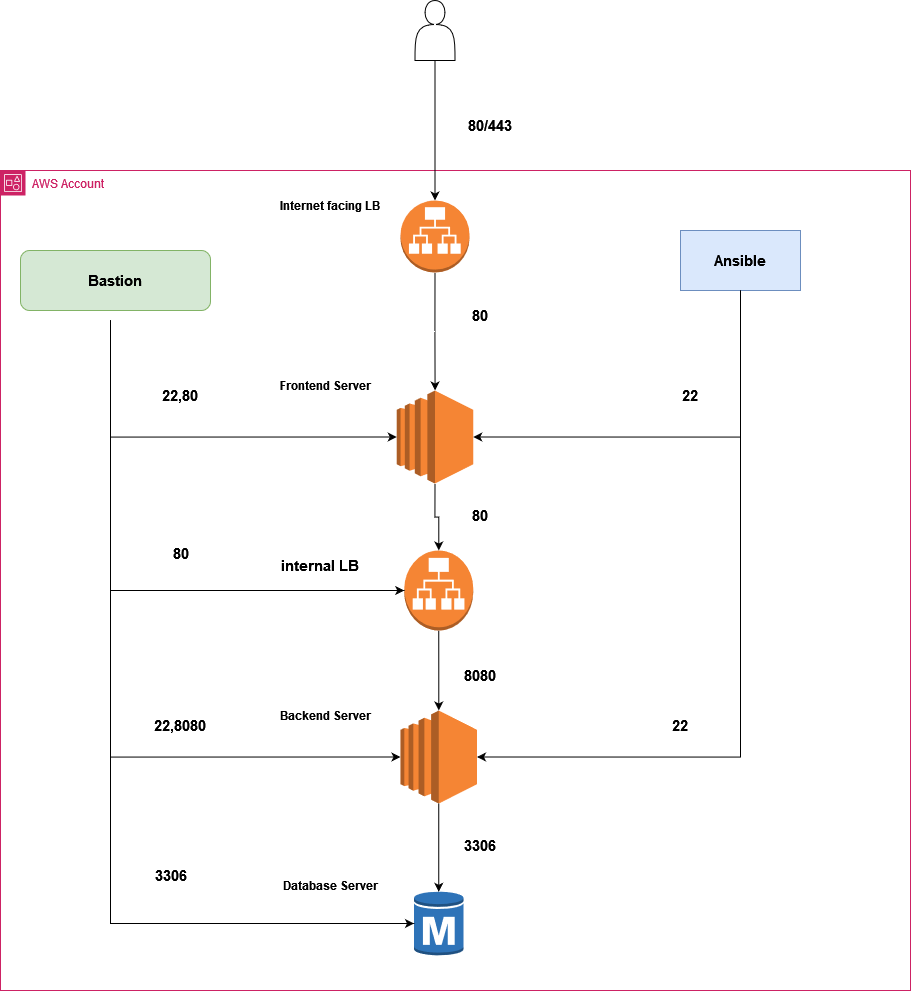
This is 20-sg/expense-sg-rules.png from divyavut/expense-infra-dev, a draw.io export, as it was before one commit. Source tidied: cells renumbered, new cells last; positions are measured from the earlier drawing's top-left corner, leaving out a move shared by most shapes.
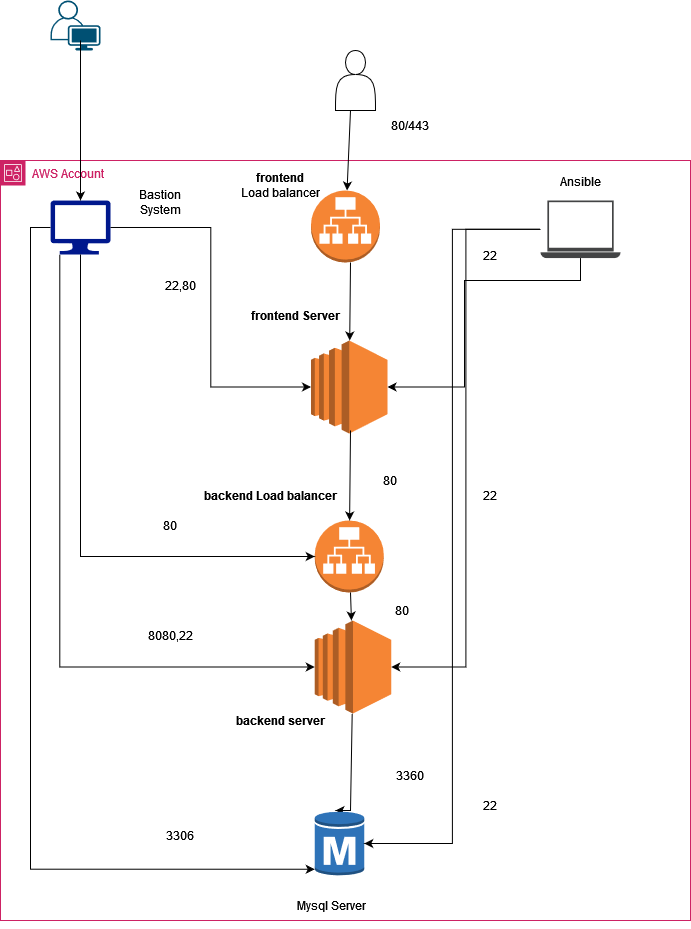
After the commit.

The edit, as a diff of the source:
```diff
@@ -3,132 +3,154 @@
     <mxCell id="0" />
     <mxCell id="1" parent="0" />
     <mxCell id="2" value="AWS Account" style="points=[[0,0],[0.25,0],[0.5,0],[0.75,0],[1,0],[1,0.25],[1,0.5],[1,0.75],[1,1],[0.75,1],[0.5,1],[0.25,1],[0,1],[0,0.75],[0,0.5],[0,0.25]];outlineConnect=0;gradientColor=none;html=1;whiteSpace=wrap;fontSize=12;fontStyle=0;shape=mxgraph.aws4.group;grIcon=mxgraph.aws4.group_account;strokeColor=#CD2264;fillColor=none;verticalAlign=top;align=left;spacingLeft=30;fontColor=#CD2264;dashed=0;" parent="1" vertex="1">
-      <mxGeometry y="170" width="910" height="820" as="geometry" />
+      <mxGeometry x="-40" y="10" width="690" height="760" as="geometry" />
     </mxCell>
-    <mxCell id="3" style="edgeStyle=orthogonalEdgeStyle;rounded=0;jettySize=auto;html=1;exitX=0.5;exitY=1;exitDx=0;exitDy=0;exitPerimeter=0;" parent="2" edge="1" source="4" target="6">
-      <mxGeometry relative="1" as="geometry" />
-    </mxCell>
-    <mxCell id="4" style="outlineConnect=0;dashed=0;verticalLabelPosition=bottom;verticalAlign=top;align=center;html=1;shape=mxgraph.aws3.application_load_balancer;fillColor=#F58534;gradientColor=none;" parent="2" vertex="1">
-      <mxGeometry x="400" y="30" width="69" height="72" as="geometry" />
-    </mxCell>
-    <mxCell id="5" style="edgeStyle=orthogonalEdgeStyle;rounded=0;jettySize=auto;html=1;exitX=0.5;exitY=1;exitDx=0;exitDy=0;exitPerimeter=0;" parent="2" edge="1" source="6" target="11">
-      <mxGeometry relative="1" as="geometry" />
-    </mxCell>
-    <mxCell id="6" style="outlineConnect=0;dashed=0;verticalLabelPosition=bottom;verticalAlign=top;align=center;html=1;shape=mxgraph.aws3.ec2;fillColor=#F58534;gradientColor=none;" parent="2" vertex="1">
-      <mxGeometry x="396.2" y="220" width="76.5" height="93" as="geometry" />
-    </mxCell>
-    <mxCell id="7" value="&lt;font style=&quot;font-size: 15px;&quot;&gt;&lt;b&gt;80&lt;/b&gt;&lt;/font&gt;" style="text;html=1;align=center;verticalAlign=middle;whiteSpace=wrap;rounded=0;" parent="2" vertex="1">
-      <mxGeometry x="450" y="130" width="60" height="30" as="geometry" />
-    </mxCell>
-    <mxCell id="8" value="&lt;b&gt;Internet facing LB&lt;/b&gt;" style="text;html=1;align=center;verticalAlign=middle;whiteSpace=wrap;rounded=0;" parent="2" vertex="1">
-      <mxGeometry x="260" y="20" width="140" height="30" as="geometry" />
-    </mxCell>
-    <mxCell id="9" value="&lt;b&gt;Frontend Server&lt;br&gt;&lt;/b&gt;" style="text;html=1;align=center;verticalAlign=middle;whiteSpace=wrap;rounded=0;" parent="2" vertex="1">
-      <mxGeometry x="256.2" y="200" width="140" height="30" as="geometry" />
-    </mxCell>
-    <mxCell id="10" style="edgeStyle=orthogonalEdgeStyle;rounded=0;jettySize=auto;html=1;exitX=0.5;exitY=1;exitDx=0;exitDy=0;exitPerimeter=0;" parent="2" edge="1" source="11" target="13">
-      <mxGeometry relative="1" as="geometry" />
-    </mxCell>
-    <mxCell id="11" style="outlineConnect=0;dashed=0;verticalLabelPosition=bottom;verticalAlign=top;align=center;html=1;shape=mxgraph.aws3.application_load_balancer;fillColor=#F58534;gradientColor=none;" parent="2" vertex="1">
-      <mxGeometry x="403.8" y="380" width="69" height="80" as="geometry" />
-    </mxCell>
-    <mxCell id="12" value="&lt;font style=&quot;font-size: 15px;&quot;&gt;&lt;b&gt;80&lt;/b&gt;&lt;/font&gt;" style="text;html=1;align=center;verticalAlign=middle;whiteSpace=wrap;rounded=0;" parent="2" vertex="1">
-      <mxGeometry x="450" y="330" width="60" height="30" as="geometry" />
-    </mxCell>
-    <mxCell id="13" style="outlineConnect=0;dashed=0;verticalLabelPosition=bottom;verticalAlign=top;align=center;html=1;shape=mxgraph.aws3.ec2;fillColor=#F58534;gradientColor=none;" parent="2" vertex="1">
-      <mxGeometry x="400" y="540" width="76.5" height="93" as="geometry" />
-    </mxCell>
-    <mxCell id="14" value="&lt;font style=&quot;font-size: 15px;&quot;&gt;&lt;b&gt;8080&lt;/b&gt;&lt;/font&gt;" style="text;html=1;align=center;verticalAlign=middle;whiteSpace=wrap;rounded=0;" parent="2" vertex="1">
-      <mxGeometry x="450" y="490" width="60" height="30" as="geometry" />
-    </mxCell>
-    <mxCell id="15" value="&lt;font size=&quot;1&quot;&gt;&lt;b style=&quot;font-size: 15px;&quot;&gt;internal LB&lt;/b&gt;&lt;/font&gt;" style="text;html=1;align=center;verticalAlign=middle;whiteSpace=wrap;rounded=0;" parent="2" vertex="1">
-      <mxGeometry x="250" y="380" width="140" height="30" as="geometry" />
-    </mxCell>
-    <mxCell id="16" value="&lt;b&gt;Backend Server&lt;br&gt;&lt;/b&gt;" style="text;html=1;align=center;verticalAlign=middle;whiteSpace=wrap;rounded=0;" parent="2" vertex="1">
-      <mxGeometry x="256.2" y="530" width="140" height="30" as="geometry" />
-    </mxCell>
-    <mxCell id="17" style="outlineConnect=0;dashed=0;verticalLabelPosition=bottom;verticalAlign=top;align=center;html=1;shape=mxgraph.aws3.rds_db_instance;fillColor=#2E73B8;gradientColor=none;" parent="2" vertex="1">
-      <mxGeometry x="413.5" y="720" width="49.5" height="66" as="geometry" />
-    </mxCell>
-    <mxCell id="18" style="edgeStyle=orthogonalEdgeStyle;rounded=0;jettySize=auto;html=1;exitX=0.5;exitY=1;exitDx=0;exitDy=0;exitPerimeter=0;entryX=0.5;entryY=0.02;entryDx=0;entryDy=0;entryPerimeter=0;" parent="2" edge="1" source="13" target="17">
-      <mxGeometry relative="1" as="geometry" />
-    </mxCell>
-    <mxCell id="19" value="&lt;font style=&quot;font-size: 15px;&quot;&gt;&lt;b&gt;3306&lt;/b&gt;&lt;/font&gt;" style="text;html=1;align=center;verticalAlign=middle;whiteSpace=wrap;rounded=0;" parent="2" vertex="1">
-      <mxGeometry x="450" y="660" width="60" height="30" as="geometry" />
-    </mxCell>
-    <mxCell id="20" value="&lt;b&gt;Database Server&lt;/b&gt;" style="text;html=1;align=center;verticalAlign=middle;whiteSpace=wrap;rounded=0;" parent="2" vertex="1">
-      <mxGeometry x="260" y="700" width="140" height="30" as="geometry" />
-    </mxCell>
+    <mxCell id="38" style="outlineConnect=0;dashed=0;verticalLabelPosition=bottom;verticalAlign=top;align=center;html=1;shape=mxgraph.aws3.application_load_balancer;fillColor=#F58534;gradientColor=none;" parent="2" vertex="1">
+      <mxGeometry x="310.5" y="30" width="69" height="72" as="geometry" />
+    </mxCell>
+    <mxCell id="39" value="&lt;b&gt;frontend&lt;/b&gt;&lt;br&gt;Load balancer" style="text;html=1;align=center;verticalAlign=middle;whiteSpace=wrap;rounded=0;" parent="2" vertex="1">
+      <mxGeometry x="215" y="10" width="130" height="30" as="geometry" />
+    </mxCell>
+    <mxCell id="40" style="outlineConnect=0;dashed=0;verticalLabelPosition=bottom;verticalAlign=top;align=center;html=1;shape=mxgraph.aws3.ec2;fillColor=#F58534;gradientColor=none;" parent="2" vertex="1">
+      <mxGeometry x="310.5" y="180" width="76.5" height="93" as="geometry" />
+    </mxCell>
+    <mxCell id="41" value="&lt;b&gt;frontend Server&lt;/b&gt;" style="text;html=1;align=center;verticalAlign=middle;whiteSpace=wrap;rounded=0;" parent="2" vertex="1">
+      <mxGeometry x="230" y="140" width="130" height="30" as="geometry" />
+    </mxCell>
+    <mxCell id="42" style="endArrow=classic;html=1;rounded=0;" parent="2" edge="1" target="40">
+      <mxGeometry relative="1" as="geometry">
+        <mxPoint x="350" y="102" as="sourcePoint" />
+      </mxGeometry>
+    </mxCell>
+    <mxCell id="43" style="outlineConnect=0;dashed=0;verticalLabelPosition=bottom;verticalAlign=top;align=center;html=1;shape=mxgraph.aws3.application_load_balancer;fillColor=#F58534;gradientColor=none;" parent="2" vertex="1">
+      <mxGeometry x="314.2" y="360" width="69" height="72" as="geometry" />
+    </mxCell>
+    <mxCell id="44" style="endArrow=classic;html=1;rounded=0;" parent="2" edge="1" target="43">
+      <mxGeometry relative="1" as="geometry">
+        <mxPoint x="350" y="270" as="sourcePoint" />
+      </mxGeometry>
+    </mxCell>
+    <mxCell id="45" value="&lt;b&gt;backend Load balancer&lt;/b&gt;" style="text;html=1;align=center;verticalAlign=middle;whiteSpace=wrap;rounded=0;" parent="2" vertex="1">
+      <mxGeometry x="177" y="320" width="186.8" height="30" as="geometry" />
+    </mxCell>
+    <mxCell id="46" value="80" style="text;html=1;align=center;verticalAlign=middle;whiteSpace=wrap;rounded=0;" parent="2" vertex="1">
+      <mxGeometry x="360" y="305" width="60" height="30" as="geometry" />
+    </mxCell>
+    <mxCell id="47" style="outlineConnect=0;dashed=0;verticalLabelPosition=bottom;verticalAlign=top;align=center;html=1;shape=mxgraph.aws3.ec2;fillColor=#F58534;gradientColor=none;" parent="2" vertex="1">
+      <mxGeometry x="314.2" y="460" width="76.5" height="93" as="geometry" />
+    </mxCell>
+    <mxCell id="48" style="endArrow=classic;html=1;rounded=0;" parent="2" edge="1" target="47">
+      <mxGeometry relative="1" as="geometry">
+        <mxPoint x="350" y="432" as="sourcePoint" />
+      </mxGeometry>
+    </mxCell>
+    <mxCell id="49" value="&lt;b&gt;backend server&lt;/b&gt;" style="text;html=1;align=center;verticalAlign=middle;whiteSpace=wrap;rounded=0;" parent="2" vertex="1">
+      <mxGeometry x="215" y="545" width="130" height="30" as="geometry" />
+    </mxCell>
+    <mxCell id="50" value="80" style="text;html=1;align=center;verticalAlign=middle;whiteSpace=wrap;rounded=0;" parent="2" vertex="1">
+      <mxGeometry x="371.6" y="435" width="60" height="30" as="geometry" />
+    </mxCell>
+    <mxCell id="51" style="endArrow=classic;html=1;rounded=0;" parent="2" edge="1" source="47">
+      <mxGeometry relative="1" as="geometry">
+        <mxPoint x="335" y="650" as="targetPoint" />
+        <Array as="points">
+          <mxPoint x="350" y="650" />
+        </Array>
+      </mxGeometry>
+    </mxCell>
+    <mxCell id="52" style="outlineConnect=0;dashed=0;verticalLabelPosition=bottom;verticalAlign=top;align=center;html=1;shape=mxgraph.aws3.rds_db_instance;fillColor=#2E73B8;gradientColor=none;" parent="2" vertex="1">
+      <mxGeometry x="314.2" y="650" width="49.5" height="66" as="geometry" />
+    </mxCell>
+    <mxCell id="53" value="3360" style="text;html=1;align=center;verticalAlign=middle;whiteSpace=wrap;rounded=0;" parent="2" vertex="1">
+      <mxGeometry x="379.5" y="600" width="60" height="30" as="geometry" />
+    </mxCell>
+    <mxCell id="54" value="Mysql Server" style="text;html=1;align=center;verticalAlign=middle;whiteSpace=wrap;rounded=0;" parent="2" vertex="1">
+      <mxGeometry x="250" y="730" width="163" height="30" as="geometry" />
+    </mxCell>
+    <mxCell id="55" style="sketch=0;shadow=0;dashed=0;html=1;strokeColor=none;labelPosition=center;verticalLabelPosition=bottom;verticalAlign=top;align=center;fillColor=#00188D;shape=mxgraph.azure.computer;" parent="2" vertex="1">
+      <mxGeometry x="50" y="40" width="60" height="54" as="geometry" />
+    </mxCell>
+    <mxCell id="56" value="Bastion System" style="text;html=1;align=center;verticalAlign=middle;whiteSpace=wrap;rounded=0;" parent="2" vertex="1">
+      <mxGeometry x="130" y="27" width="60" height="30" as="geometry" />
+    </mxCell>
+    <mxCell id="57" style="edgeStyle=orthogonalEdgeStyle;rounded=0;jettySize=auto;html=1;exitX=1;exitY=0.5;exitDx=0;exitDy=0;exitPerimeter=0;entryX=0;entryY=0.5;entryDx=0;entryDy=0;entryPerimeter=0;" parent="2" edge="1" source="55" target="40">
+      <mxGeometry relative="1" as="geometry" />
+    </mxCell>
+    <mxCell id="58" style="edgeStyle=orthogonalEdgeStyle;rounded=0;jettySize=auto;html=1;exitX=0.5;exitY=1;exitDx=0;exitDy=0;exitPerimeter=0;entryX=0;entryY=0.5;entryDx=0;entryDy=0;entryPerimeter=0;" parent="2" edge="1" source="55" target="43">
+      <mxGeometry relative="1" as="geometry" />
+    </mxCell>
+    <mxCell id="59" style="edgeStyle=orthogonalEdgeStyle;rounded=0;jettySize=auto;html=1;exitX=0.155;exitY=1;exitDx=0;exitDy=0;exitPerimeter=0;entryX=0;entryY=0.5;entryDx=0;entryDy=0;entryPerimeter=0;" parent="2" edge="1" source="55" target="47">
+      <mxGeometry relative="1" as="geometry" />
+    </mxCell>
+    <mxCell id="60" value="80" style="text;html=1;align=center;verticalAlign=middle;whiteSpace=wrap;rounded=0;" parent="2" vertex="1">
+      <mxGeometry x="140" y="350" width="60" height="30" as="geometry" />
+    </mxCell>
+    <mxCell id="61" value="8080,22" style="text;html=1;align=center;verticalAlign=middle;whiteSpace=wrap;rounded=0;" parent="2" vertex="1">
+      <mxGeometry x="140" y="460" width="60" height="30" as="geometry" />
+    </mxCell>
+    <mxCell id="62" style="edgeStyle=orthogonalEdgeStyle;rounded=0;jettySize=auto;html=1;exitX=0;exitY=0.5;exitDx=0;exitDy=0;exitPerimeter=0;entryX=0;entryY=0.89;entryDx=0;entryDy=0;entryPerimeter=0;" parent="2" edge="1" source="55" target="52">
+      <mxGeometry relative="1" as="geometry" />
+    </mxCell>
+    <mxCell id="63" value="3306" style="text;html=1;align=center;verticalAlign=middle;whiteSpace=wrap;rounded=0;" parent="2" vertex="1">
+      <mxGeometry x="150" y="660" width="60" height="30" as="geometry" />
+    </mxCell>
+    <mxCell id="64" style="sketch=0;shadow=0;dashed=0;html=1;strokeColor=none;fillColor=#434445;labelPosition=center;verticalLabelPosition=bottom;verticalAlign=top;align=center;outlineConnect=0;shape=mxgraph.vvd.laptop;" parent="2" vertex="1">
+      <mxGeometry x="540" y="40" width="80" height="57.6" as="geometry" />
+    </mxCell>
+    <mxCell id="29" value="Ansible" style="text;html=1;align=center;verticalAlign=middle;whiteSpace=wrap;rounded=0;" parent="2" vertex="1">
+      <mxGeometry x="550" y="6.2" width="60" height="30" as="geometry" />
+    </mxCell>
+    <mxCell id="65" style="edgeStyle=orthogonalEdgeStyle;rounded=0;jettySize=auto;html=1;entryX=1;entryY=0.5;entryDx=0;entryDy=0;entryPerimeter=0;" parent="2" edge="1" source="64" target="40">
+      <mxGeometry relative="1" as="geometry">
+        <Array as="points">
+          <mxPoint x="580" y="120" />
+          <mxPoint x="464" y="120" />
+          <mxPoint x="464" y="227" />
+        </Array>
+      </mxGeometry>
+    </mxCell>
+    <mxCell id="66" value="22" style="text;html=1;align=center;verticalAlign=middle;whiteSpace=wrap;rounded=0;" parent="2" vertex="1">
+      <mxGeometry x="460" y="320" width="60" height="30" as="geometry" />
+    </mxCell>
+    <mxCell id="67" style="edgeStyle=orthogonalEdgeStyle;rounded=0;jettySize=auto;html=1;entryX=1;entryY=0.5;entryDx=0;entryDy=0;entryPerimeter=0;" parent="2" edge="1" source="64" target="47">
+      <mxGeometry relative="1" as="geometry" />
+    </mxCell>
+    <mxCell id="68" value="22" style="text;html=1;align=center;verticalAlign=middle;whiteSpace=wrap;rounded=0;" parent="2" vertex="1">
+      <mxGeometry x="460" y="80" width="60" height="30" as="geometry" />
+    </mxCell>
+    <mxCell id="69" style="edgeStyle=orthogonalEdgeStyle;rounded=0;jettySize=auto;html=1;entryX=1;entryY=0.5;entryDx=0;entryDy=0;entryPerimeter=0;" parent="2" edge="1" source="64" target="52">
+      <mxGeometry relative="1" as="geometry" />
+    </mxCell>
+    <mxCell id="70" value="22" style="text;html=1;align=center;verticalAlign=middle;whiteSpace=wrap;rounded=0;" parent="2" vertex="1">
+      <mxGeometry x="460" y="630" width="60" height="30" as="geometry" />
+    </mxCell>
+    <mxCell id="71" style="shape=actor;whiteSpace=wrap;html=1;" parent="1" vertex="1">
+      <mxGeometry x="295" y="-100" width="40" height="60" as="geometry" />
+    </mxCell>
+    <mxCell id="72" style="endArrow=classic;html=1;rounded=0;" parent="1" edge="1" target="38">
+      <mxGeometry relative="1" as="geometry">
+        <mxPoint x="310" y="-40" as="sourcePoint" />
+      </mxGeometry>
+    </mxCell>
+    <mxCell id="36" value="80/443" style="text;html=1;align=center;verticalAlign=middle;whiteSpace=wrap;rounded=0;" parent="1" vertex="1">
+      <mxGeometry x="340" y="-40" width="60" height="30" as="geometry" />
+    </mxCell>
-    <mxCell id="21" value="&lt;b&gt;&lt;font style=&quot;font-size: 15px;&quot;&gt;22,80&lt;/font&gt;&lt;/b&gt;" style="text;html=1;align=center;verticalAlign=middle;whiteSpace=wrap;rounded=0;" parent="2" vertex="1">
-      <mxGeometry x="150" y="210" width="60" height="30" as="geometry" />
+    <mxCell id="21" value="22,80" style="text;html=1;align=center;verticalAlign=middle;whiteSpace=wrap;rounded=0;" parent="1" vertex="1">
+      <mxGeometry x="110" y="120" width="60" height="30" as="geometry" />
     </mxCell>
-    <mxCell id="22" style="edgeStyle=orthogonalEdgeStyle;rounded=0;jettySize=auto;html=1;entryX=0;entryY=0.5;entryDx=0;entryDy=0;entryPerimeter=0;" parent="2" edge="1" target="11">
-      <mxGeometry relative="1" as="geometry">
-        <mxPoint x="110" y="150" as="sourcePoint" />
-        <Array as="points">
-          <mxPoint x="110" y="420" />
-        </Array>
-      </mxGeometry>
-    </mxCell>
-    <mxCell id="23" style="edgeStyle=orthogonalEdgeStyle;rounded=0;jettySize=auto;html=1;entryX=0;entryY=0.5;entryDx=0;entryDy=0;entryPerimeter=0;" parent="2" edge="1" target="13">
-      <mxGeometry relative="1" as="geometry">
-        <mxPoint x="110" y="150" as="sourcePoint" />
-        <Array as="points">
-          <mxPoint x="110" y="587" />
-        </Array>
-      </mxGeometry>
-    </mxCell>
-    <mxCell id="24" style="edgeStyle=orthogonalEdgeStyle;rounded=0;jettySize=auto;html=1;entryX=0;entryY=0.5;entryDx=0;entryDy=0;entryPerimeter=0;" parent="2" edge="1" target="6">
-      <mxGeometry relative="1" as="geometry">
-        <mxPoint x="110" y="150" as="sourcePoint" />
-        <Array as="points">
-          <mxPoint x="110" y="267" />
-        </Array>
-      </mxGeometry>
-    </mxCell>
-    <mxCell id="25" style="edgeStyle=orthogonalEdgeStyle;rounded=0;jettySize=auto;html=1;entryX=0;entryY=0.5;entryDx=0;entryDy=0;entryPerimeter=0;" parent="2" edge="1" target="17">
-      <mxGeometry relative="1" as="geometry">
-        <mxPoint x="110" y="150" as="sourcePoint" />
-        <Array as="points">
-          <mxPoint x="110" y="753" />
-        </Array>
-      </mxGeometry>
-    </mxCell>
-    <mxCell id="26" value="&lt;b style=&quot;font-size: 15px;&quot;&gt;&lt;font style=&quot;font-size: 15px;&quot;&gt;22,&lt;/font&gt;&lt;font style=&quot;font-size: 15px;&quot;&gt;80&lt;/font&gt;80&lt;/b&gt;" style="text;html=1;align=center;verticalAlign=middle;whiteSpace=wrap;rounded=0;" parent="2" vertex="1">
-      <mxGeometry x="150" y="540" width="60" height="30" as="geometry" />
-    </mxCell>
-    <mxCell id="27" value="&lt;font style=&quot;font-size: 15px;&quot;&gt;&lt;b&gt;3306&lt;/b&gt;&lt;/font&gt;" style="text;html=1;align=center;verticalAlign=middle;strokeColor=none;fillColor=none;" parent="2" vertex="1">
-      <mxGeometry x="140" y="690" width="60" height="30" as="geometry" />
-    </mxCell>
-    <mxCell id="28" value="&lt;b&gt;&lt;font style=&quot;font-size: 15px;&quot;&gt;Bastion&lt;/font&gt;&lt;/b&gt;" style="rounded=1;whiteSpace=wrap;html=1;fillColor=#d5e8d4;strokeColor=#82b366;" parent="2" vertex="1">
-      <mxGeometry x="20" y="80" width="190" height="60" as="geometry" />
-    </mxCell>
-    <mxCell id="29" value="&lt;font style=&quot;font-size: 15px;&quot;&gt;&lt;b&gt;Ansible&lt;/b&gt;&lt;/font&gt;" style="rounded=0;whiteSpace=wrap;html=1;fillColor=#dae8fc;strokeColor=#6c8ebf;" parent="2" vertex="1">
-      <mxGeometry x="680" y="60" width="120" height="60" as="geometry" />
-    </mxCell>
-    <mxCell id="30" style="edgeStyle=orthogonalEdgeStyle;rounded=0;jettySize=auto;html=1;exitX=0.5;exitY=1;exitDx=0;exitDy=0;entryX=1;entryY=0.5;entryDx=0;entryDy=0;entryPerimeter=0;" parent="2" edge="1" source="29" target="6">
-      <mxGeometry relative="1" as="geometry" />
-    </mxCell>
-    <mxCell id="31" style="edgeStyle=orthogonalEdgeStyle;rounded=0;jettySize=auto;html=1;exitX=0.5;exitY=1;exitDx=0;exitDy=0;entryX=1;entryY=0.5;entryDx=0;entryDy=0;entryPerimeter=0;" parent="2" edge="1" source="29" target="13">
-      <mxGeometry relative="1" as="geometry" />
-    </mxCell>
-    <mxCell id="32" value="&lt;b&gt;&lt;font style=&quot;font-size: 15px;&quot;&gt;22&lt;/font&gt;&lt;/b&gt;" style="text;html=1;align=center;verticalAlign=middle;whiteSpace=wrap;rounded=0;" parent="2" vertex="1">
-      <mxGeometry x="660" y="210" width="60" height="30" as="geometry" />
-    </mxCell>
-    <mxCell id="33" value="&lt;b&gt;&lt;font style=&quot;font-size: 15px;&quot;&gt;22&lt;/font&gt;&lt;/b&gt;" style="text;html=1;align=center;verticalAlign=middle;whiteSpace=wrap;rounded=0;" parent="2" vertex="1">
-      <mxGeometry x="650" y="540" width="60" height="30" as="geometry" />
-    </mxCell>
-    <mxCell id="34" style="edgeStyle=orthogonalEdgeStyle;rounded=0;jettySize=auto;html=1;exitX=0.5;exitY=1;exitDx=0;exitDy=0;" parent="1" edge="1" source="35" target="4">
-      <mxGeometry relative="1" as="geometry" />
-    </mxCell>
-    <mxCell id="35" style="shape=actor;whiteSpace=wrap;html=1;" parent="1" vertex="1">
-      <mxGeometry x="414.5" width="40" height="60" as="geometry" />
-    </mxCell>
-    <mxCell id="36" value="&lt;font style=&quot;font-size: 15px;&quot;&gt;&lt;b&gt;80/443&lt;/b&gt;&lt;/font&gt;" style="text;html=1;align=center;verticalAlign=middle;whiteSpace=wrap;rounded=0;" parent="1" vertex="1">
-      <mxGeometry x="460" y="110" width="60" height="30" as="geometry" />
-    </mxCell>
-    <mxCell id="37" value="&lt;b&gt;&lt;font style=&quot;font-size: 15px;&quot;&gt;80&lt;/font&gt;&lt;/b&gt;" style="text;html=1;align=center;verticalAlign=middle;strokeColor=none;fillColor=none;" parent="1" vertex="1">
-      <mxGeometry x="160" y="538" width="40" height="30" as="geometry" />
-    </mxCell>
+    <mxCell id="73" style="edgeStyle=orthogonalEdgeStyle;rounded=0;orthogonalLoop=1;jettySize=auto;html=1;exitX=0.5;exitY=1;exitDx=0;exitDy=0;" parent="1" edge="1" source="2" target="2">
+      <mxGeometry relative="1" as="geometry" />
+    </mxCell>
+    <mxCell id="74" style="edgeStyle=orthogonalEdgeStyle;rounded=0;orthogonalLoop=1;jettySize=auto;html=1;exitX=0.5;exitY=1;exitDx=0;exitDy=0;" parent="1" edge="1" source="2" target="2">
+      <mxGeometry relative="1" as="geometry" />
+    </mxCell>
+    <mxCell id="75" style="verticalLabelPosition=bottom;sketch=0;html=1;verticalAlign=top;align=center;shape=mxgraph.cisco19.user;fillColor=#005073;strokeColor=none;" parent="1" vertex="1">
+      <mxGeometry x="10" y="-150" width="50" height="50" as="geometry" />
+    </mxCell>
+    <mxCell id="76" style="endArrow=classic;html=1;rounded=0;" parent="1" edge="1" target="55">
+      <mxGeometry relative="1" as="geometry">
+        <mxPoint x="40" y="-110" as="sourcePoint" />
+      </mxGeometry>
+    </mxCell>
   </root>
 </mxGraphModel>
```
